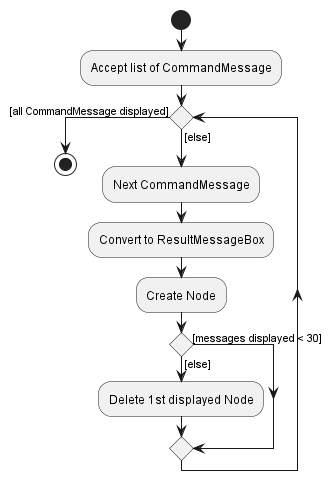
nus-cs2103-AY2223S2/tp keeps this PlantUML diagram as docs/images/UiResultDisplayActivityDiagram.png. Above is the earlier version. The source it was exported from:
```plantuml
@startuml UiResultDisplayActivityDiagram
!include style.puml

start
:Accept list of CommandMessage;
while() is ([else])
    :Next CommandMessage;
    :Convert to ResultMessageBox;
    :Create Node;
    if () then ([else])
        :Delete 1st displayed Node;
    else ([messages displayed < 30])
    endif
endwhile ([all CommandMessage displayed])
stop

@enduml
```
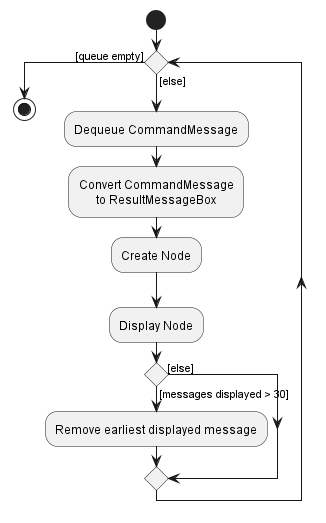
Later version of the same file.

What changed in the source:
```diff
@@ -2,16 +2,16 @@
 !include style.puml
 
 start
-:Accept list of CommandMessage;
-while() is ([else])
-    :Next CommandMessage;
-    :Convert to ResultMessageBox;
+while () is ([else])
+    :Dequeue CommandMessage;
+    :Convert CommandMessage\nto ResultMessageBox;
     :Create Node;
-    if () then ([else])
-        :Delete 1st displayed Node;
-    else ([messages displayed < 30])
+    :Display Node;
+    if () then ([messages displayed > 30])
+        :Remove earliest displayed message;
+    else ([else])
     endif
-endwhile ([all CommandMessage displayed])
+endwhile ([queue empty])
 stop
 
 @enduml
```
